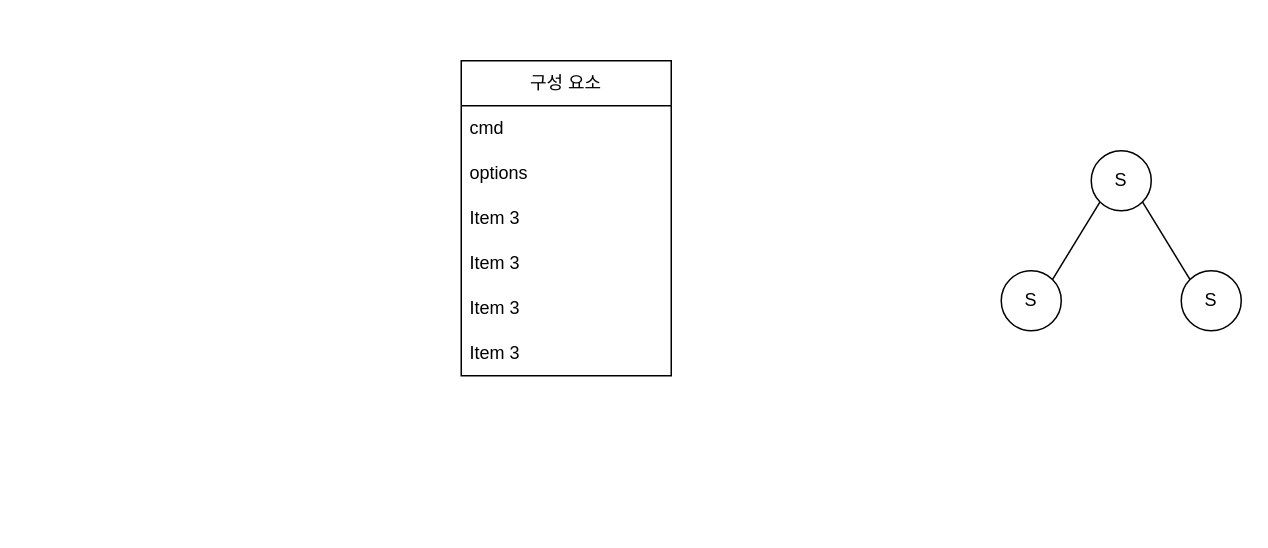
Above: parsing_tree.drawio in blue-orion/minishell (draw.io), before the change. Source tidied: cells renumbered, new cells numbered last; positions are measured from the earlier drawing's top-left corner, leaving out a move shared by most shapes. Both pictures are drawn from the tidied source at 150%, with x=0, y=0 at pixel (460, 60).
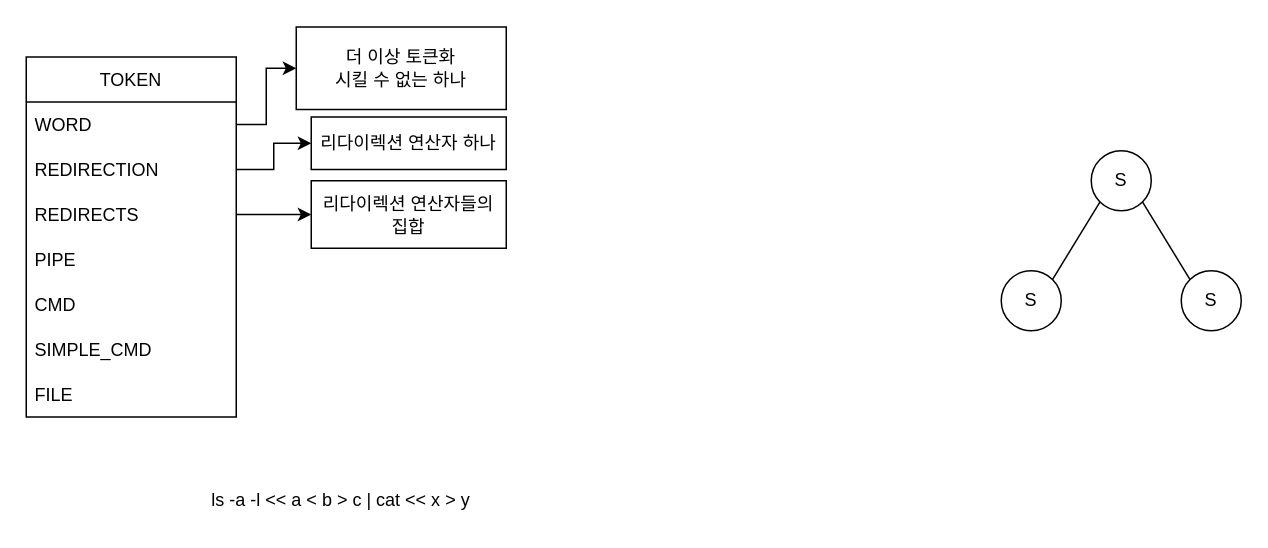
The same page after the edit.

The edit, as a diff of the source:
```diff
@@
-    <mxCell id="7" value="구성 요소" style="swimlane;fontStyle=0;horizontal=1;startSize=30;whiteSpace=wrap;html=1;" parent="1" vertex="1">
-      <mxGeometry width="140" height="210" as="geometry" />
+    <mxCell id="7" value="TOKEN" style="swimlane;fontStyle=0;horizontal=1;startSize=30;whiteSpace=wrap;html=1;" parent="1" vertex="1">
+      <mxGeometry x="-290" y="-2.5" width="140" height="240" as="geometry" />
     </mxCell>
-    <mxCell id="8" value="cmd" style="text;strokeColor=none;fillColor=none;align=left;verticalAlign=middle;spacingLeft=4;spacingRight=4;overflow=hidden;points=[[0,0.5],[1,0.5]];portConstraint=eastwest;whiteSpace=wrap;html=1;" parent="7" vertex="1">
+    <mxCell id="8" value="WORD" style="text;strokeColor=none;fillColor=none;align=left;verticalAlign=middle;spacingLeft=4;spacingRight=4;overflow=hidden;points=[[0,0.5],[1,0.5]];portConstraint=eastwest;whiteSpace=wrap;html=1;" parent="7" vertex="1">
       <mxGeometry y="30" width="140" height="30" as="geometry" />
     </mxCell>
-    <mxCell id="9" value="options" style="text;strokeColor=none;fillColor=none;align=left;verticalAlign=middle;spacingLeft=4;spacingRight=4;overflow=hidden;points=[[0,0.5],[1,0.5]];portConstraint=eastwest;whiteSpace=wrap;html=1;" parent="7" vertex="1">
+    <mxCell id="9" value="REDIRECTION" style="text;strokeColor=none;fillColor=none;align=left;verticalAlign=middle;spacingLeft=4;spacingRight=4;overflow=hidden;points=[[0,0.5],[1,0.5]];portConstraint=eastwest;whiteSpace=wrap;html=1;" parent="7" vertex="1">
       <mxGeometry y="60" width="140" height="30" as="geometry" />
     </mxCell>
+    <mxCell id="14" value="REDIRECTS" style="text;strokeColor=none;fillColor=none;align=left;verticalAlign=middle;spacingLeft=4;spacingRight=4;overflow=hidden;points=[[0,0.5],[1,0.5]];portConstraint=eastwest;whiteSpace=wrap;html=1;" parent="7" vertex="1">
+      <mxGeometry y="90" width="140" height="30" as="geometry" />
+    </mxCell>
-    <mxCell id="10" value="Item 3" style="text;strokeColor=none;fillColor=none;align=left;verticalAlign=middle;spacingLeft=4;spacingRight=4;overflow=hidden;whiteSpace=wrap;html=1;" parent="7" vertex="1">
-      <mxGeometry y="90" width="140" height="30" as="geometry" />
+    <mxCell id="10" value="PIPE" style="text;strokeColor=none;fillColor=none;align=left;verticalAlign=middle;spacingLeft=4;spacingRight=4;overflow=hidden;whiteSpace=wrap;html=1;" parent="7" vertex="1">
+      <mxGeometry y="120" width="140" height="30" as="geometry" />
     </mxCell>
-    <mxCell id="11" value="Item 3" style="text;strokeColor=none;fillColor=none;align=left;verticalAlign=middle;spacingLeft=4;spacingRight=4;overflow=hidden;whiteSpace=wrap;html=1;" parent="7" vertex="1">
-      <mxGeometry y="120" width="140" height="30" as="geometry" />
+    <mxCell id="11" value="CMD" style="text;strokeColor=none;fillColor=none;align=left;verticalAlign=middle;spacingLeft=4;spacingRight=4;overflow=hidden;whiteSpace=wrap;html=1;" parent="7" vertex="1">
+      <mxGeometry y="150" width="140" height="30" as="geometry" />
     </mxCell>
-    <mxCell id="12" value="Item 3" style="text;strokeColor=none;fillColor=none;align=left;verticalAlign=middle;spacingLeft=4;spacingRight=4;overflow=hidden;whiteSpace=wrap;html=1;" parent="7" vertex="1">
-      <mxGeometry y="150" width="140" height="30" as="geometry" />
+    <mxCell id="12" value="SIMPLE_CMD" style="text;strokeColor=none;fillColor=none;align=left;verticalAlign=middle;spacingLeft=4;spacingRight=4;overflow=hidden;whiteSpace=wrap;html=1;" parent="7" vertex="1">
+      <mxGeometry y="180" width="140" height="30" as="geometry" />
     </mxCell>
-    <mxCell id="13" value="Item 3" style="text;strokeColor=none;fillColor=none;align=left;verticalAlign=middle;spacingLeft=4;spacingRight=4;overflow=hidden;whiteSpace=wrap;html=1;" parent="7" vertex="1">
-      <mxGeometry y="180" width="140" height="30" as="geometry" />
+    <mxCell id="13" value="FILE" style="text;strokeColor=none;fillColor=none;align=left;verticalAlign=middle;spacingLeft=4;spacingRight=4;overflow=hidden;whiteSpace=wrap;html=1;" parent="7" vertex="1">
+      <mxGeometry y="210" width="140" height="30" as="geometry" />
     </mxCell>
+    <mxCell id="15" value="더 이상 토큰화&lt;br&gt;시킬 수 없는 하나" style="rounded=0;whiteSpace=wrap;html=1;" parent="1" vertex="1">
+      <mxGeometry x="-110" y="-22.5" width="140" height="55" as="geometry" />
+    </mxCell>
+    <mxCell id="16" style="edgeStyle=orthogonalEdgeStyle;rounded=0;jettySize=auto;html=1;" parent="1" edge="1" source="8" target="15">
+      <mxGeometry relative="1" as="geometry" />
+    </mxCell>
+    <mxCell id="17" value="ls -a -l &amp;lt;&amp;lt; a &amp;lt; b &amp;gt; c | cat &amp;lt;&amp;lt; x &amp;gt; y" style="text;html=1;align=center;verticalAlign=middle;whiteSpace=wrap;rounded=0;" parent="1" vertex="1">
+      <mxGeometry x="-290" y="277.5" width="420" height="30" as="geometry" />
+    </mxCell>
+    <mxCell id="18" value="리다이렉션 연산자 하나" style="rounded=0;whiteSpace=wrap;html=1;" parent="1" vertex="1">
+      <mxGeometry x="-100" y="37.5" width="130" height="35" as="geometry" />
+    </mxCell>
+    <mxCell id="19" style="edgeStyle=orthogonalEdgeStyle;rounded=0;jettySize=auto;html=1;" parent="1" edge="1" source="9" target="18">
+      <mxGeometry relative="1" as="geometry" />
+    </mxCell>
+    <mxCell id="20" value="리다이렉션 연산자들의 집합" style="rounded=0;whiteSpace=wrap;html=1;" parent="1" vertex="1">
+      <mxGeometry x="-100" y="80" width="130" height="45" as="geometry" />
+    </mxCell>
+    <mxCell id="21" style="edgeStyle=orthogonalEdgeStyle;rounded=0;jettySize=auto;html=1;" parent="1" edge="1" source="14" target="20">
+      <mxGeometry relative="1" as="geometry" />
+    </mxCell>
```
